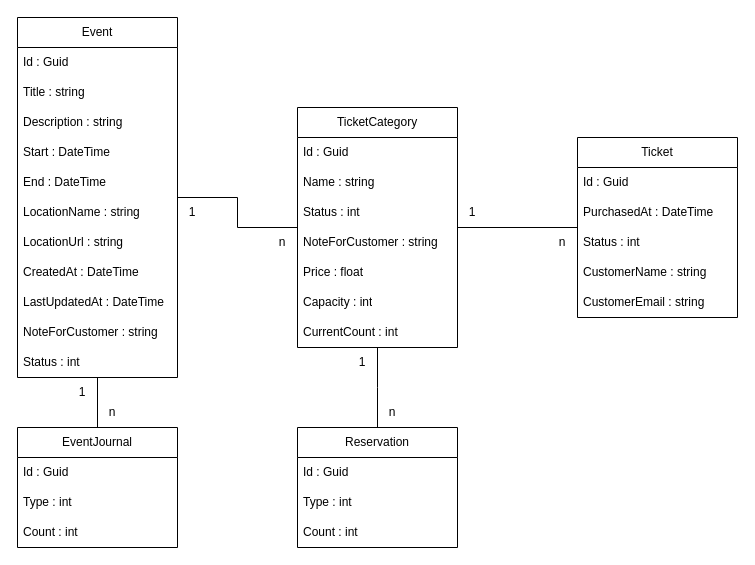
Ic3Fighter/gatepass keeps this draw.io diagram as page "DbSchema" (2 of 2) of doc/GatePass.drawio. Above is the earlier version. Source tidied: cells renumbered, new cells numbered last; positions are measured from the earlier drawing's top-left corner, leaving out a move shared by most shapes. Both pictures are drawn from the tidied source at 100%, with x=0, y=0 at pixel (17, 17).
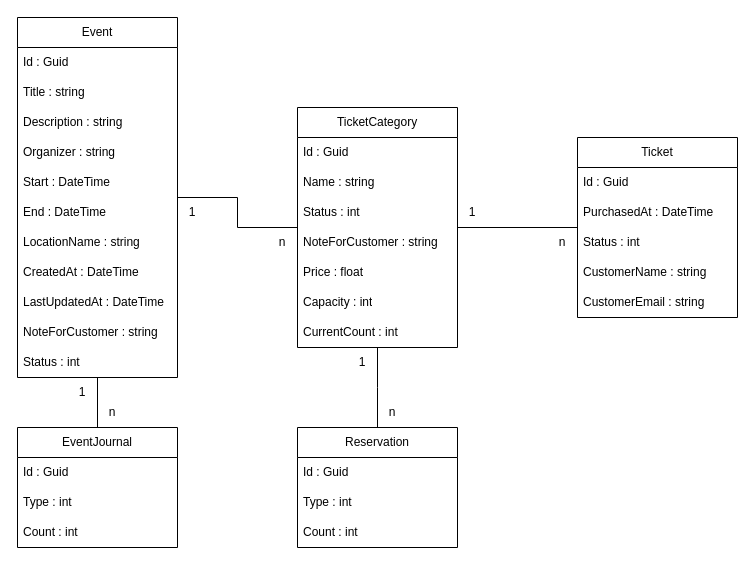
Above is the later version.

The change refers to these unchanged cells:
```xml
<mxCell id="2" value="Event" style="swimlane;fontStyle=0;horizontal=1;startSize=30;whiteSpace=wrap;html=1;" parent="1" vertex="1">
  <mxGeometry width="160" height="360" as="geometry" />
</mxCell>
```

What changed in the source:
```diff
@@
+    <mxCell id="9" value="Organizer : string" style="text;strokeColor=none;fillColor=none;align=left;verticalAlign=middle;spacingLeft=4;spacingRight=4;overflow=hidden;whiteSpace=wrap;html=1;" parent="2" vertex="1">
+      <mxGeometry y="120" width="160" height="30" as="geometry" />
+    </mxCell>
     <mxCell id="6" value="Start : DateTime" style="text;strokeColor=none;fillColor=none;align=left;verticalAlign=middle;spacingLeft=4;spacingRight=4;overflow=hidden;whiteSpace=wrap;html=1;" parent="2" vertex="1">
-      <mxGeometry y="120" width="160" height="30" as="geometry" />
+      <mxGeometry y="150" width="160" height="30" as="geometry" />
     </mxCell>
     <mxCell id="7" value="End : DateTime" style="text;strokeColor=none;fillColor=none;align=left;verticalAlign=middle;spacingLeft=4;spacingRight=4;overflow=hidden;whiteSpace=wrap;html=1;" parent="2" vertex="1">
-      <mxGeometry y="150" width="160" height="30" as="geometry" />
+      <mxGeometry y="180" width="160" height="30" as="geometry" />
     </mxCell>
     <mxCell id="8" value="LocationName : string" style="text;strokeColor=none;fillColor=none;align=left;verticalAlign=middle;spacingLeft=4;spacingRight=4;overflow=hidden;whiteSpace=wrap;html=1;" parent="2" vertex="1">
-      <mxGeometry y="180" width="160" height="30" as="geometry" />
+      <mxGeometry y="210" width="160" height="30" as="geometry" />
     </mxCell>
-    <mxCell id="9" value="LocationUrl : string" style="text;strokeColor=none;fillColor=none;align=left;verticalAlign=middle;spacingLeft=4;spacingRight=4;overflow=hidden;whiteSpace=wrap;html=1;" parent="2" vertex="1">
-      <mxGeometry y="210" width="160" height="30" as="geometry" />
-    </mxCell>
```
